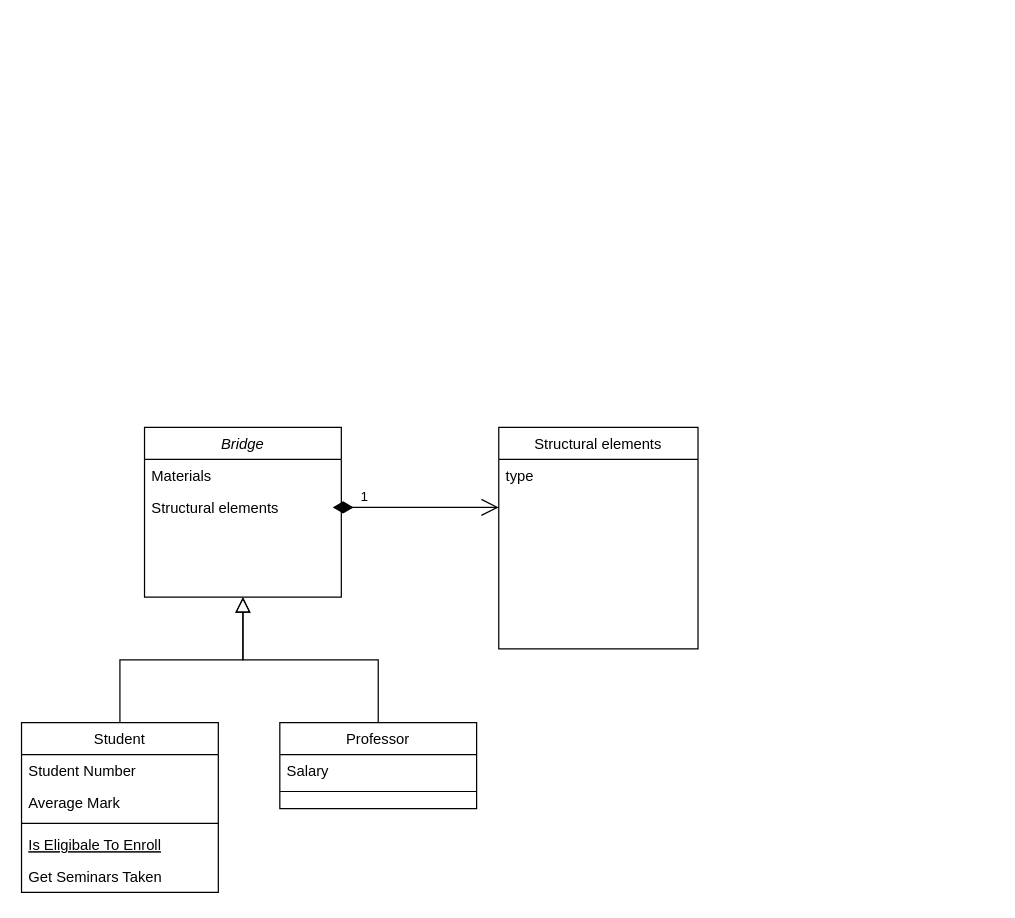
This is Untitled Diagram.drawio from yuanpenc/uml-bridge, a draw.io file, before an edit. Source tidied: cells renumbered, new cells numbered last; positions are measured from the earlier drawing's top-left corner, leaving out a move shared by most shapes. Both pictures are drawn from the tidied source at 123%, with x=0, y=0 at pixel (21, 427).
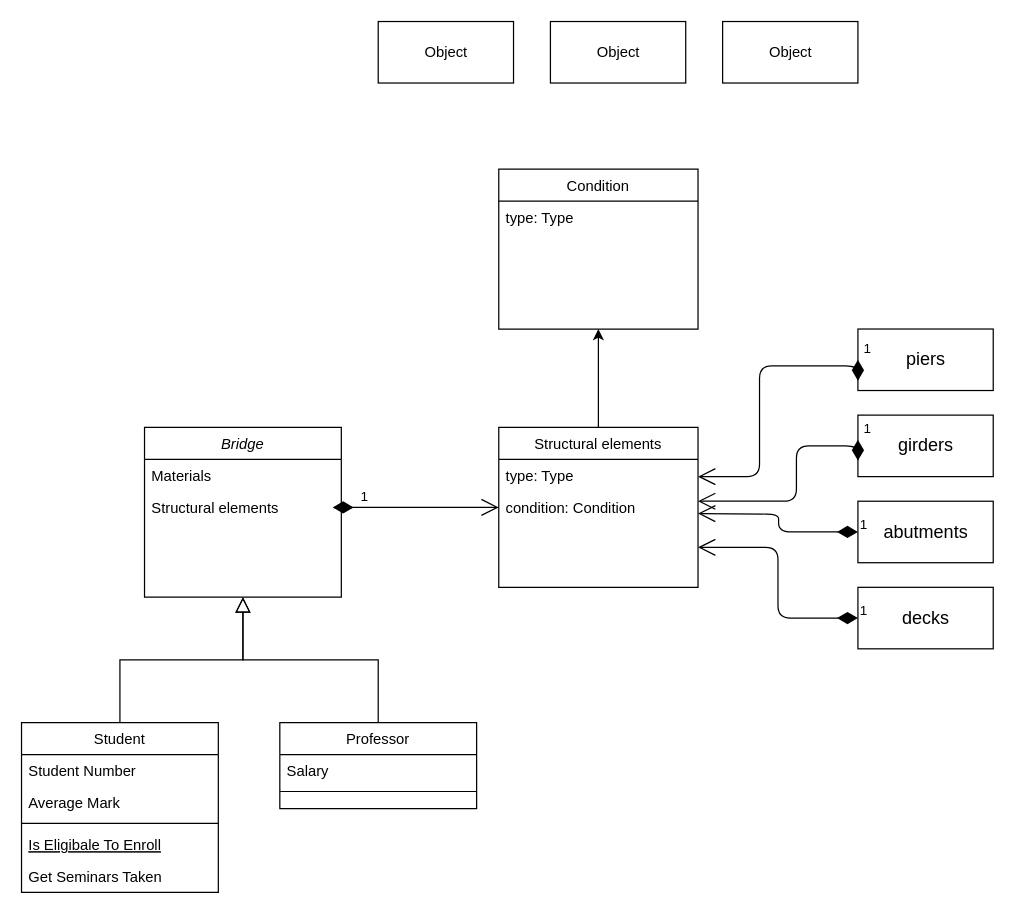
The same diagram, later.

Diff of the diagram source:
```diff
@@
+    <mxCell id="19" style="edgeStyle=orthogonalEdgeStyle;rounded=0;jettySize=auto;html=1;" parent="1" edge="1" source="16" target="21">
+      <mxGeometry relative="1" as="geometry" />
+    </mxCell>
     <mxCell id="16" value="Structural elements" style="swimlane;fontStyle=0;align=center;verticalAlign=top;horizontal=1;startSize=26;rounded=0;shadow=0;strokeWidth=1;" parent="1" vertex="1">
-      <mxGeometry x="388" width="162" height="180" as="geometry" />
+      <mxGeometry x="388" width="162" height="130" as="geometry" />
     </mxCell>
-    <mxCell id="17" value="type" style="text;align=left;verticalAlign=top;spacingLeft=4;spacingRight=4;overflow=hidden;" parent="16" vertex="1">
+    <mxCell id="17" value="type: Type" style="text;align=left;verticalAlign=top;spacingLeft=4;spacingRight=4;overflow=hidden;" parent="16" vertex="1">
       <mxGeometry y="26" width="162" height="26" as="geometry" />
     </mxCell>
+    <mxCell id="20" value="condition: Condition" style="text;align=left;verticalAlign=top;spacingLeft=4;spacingRight=4;overflow=hidden;" parent="16" vertex="1">
+      <mxGeometry y="52" width="162" height="26" as="geometry" />
+    </mxCell>
+    <mxCell id="21" value="Condition" style="swimlane;fontStyle=0;align=center;verticalAlign=top;horizontal=1;startSize=26;rounded=0;shadow=0;strokeWidth=1;" parent="1" vertex="1">
+      <mxGeometry x="388" y="-210" width="162" height="130" as="geometry" />
+    </mxCell>
+    <mxCell id="22" value="type: Type" style="text;align=left;verticalAlign=top;spacingLeft=4;spacingRight=4;overflow=hidden;" parent="21" vertex="1">
+      <mxGeometry y="26" width="162" height="26" as="geometry" />
+    </mxCell>
@@
+    <mxCell id="23" value="&lt;div class=&quot;page&quot; title=&quot;Page 1&quot; style=&quot;white-space: normal&quot;&gt;&lt;div class=&quot;layoutArea&quot;&gt;&lt;div class=&quot;column&quot;&gt;&lt;p&gt;&lt;span style=&quot;font-size: 11pt&quot;&gt;girders&lt;/span&gt;&lt;/p&gt;&lt;/div&gt;&lt;/div&gt;&lt;/div&gt;" style="html=1;" parent="1" vertex="1">
+      <mxGeometry x="680" y="-10" width="110" height="50" as="geometry" />
+    </mxCell>
+    <mxCell id="24" value="&lt;div class=&quot;page&quot; title=&quot;Page 1&quot; style=&quot;white-space: normal&quot;&gt;&lt;div class=&quot;layoutArea&quot;&gt;&lt;div class=&quot;column&quot;&gt;&lt;p&gt;&lt;span style=&quot;font-size: 11pt&quot;&gt;abutments&lt;/span&gt;&lt;/p&gt;&lt;/div&gt;&lt;/div&gt;&lt;/div&gt;" style="html=1;" parent="1" vertex="1">
+      <mxGeometry x="680" y="60" width="110" height="50" as="geometry" />
+    </mxCell>
+    <mxCell id="25" value="&lt;div class=&quot;page&quot; title=&quot;Page 1&quot; style=&quot;white-space: normal&quot;&gt;&lt;div class=&quot;layoutArea&quot;&gt;&lt;div class=&quot;column&quot;&gt;&lt;div class=&quot;page&quot; title=&quot;Page 1&quot;&gt;&lt;div class=&quot;layoutArea&quot;&gt;&lt;div class=&quot;column&quot;&gt;&lt;p&gt;&lt;span style=&quot;font-size: 11pt&quot;&gt;decks&lt;/span&gt;&lt;/p&gt;&lt;/div&gt;&lt;/div&gt;&lt;/div&gt;&lt;/div&gt;&lt;/div&gt;&lt;/div&gt;" style="html=1;" parent="1" vertex="1">
+      <mxGeometry x="680" y="130" width="110" height="50" as="geometry" />
+    </mxCell>
+    <mxCell id="26" value="&lt;div class=&quot;page&quot; title=&quot;Page 1&quot; style=&quot;white-space: normal&quot;&gt;&lt;div class=&quot;layoutArea&quot;&gt;&lt;div class=&quot;column&quot;&gt;&lt;p&gt;&lt;span style=&quot;font-size: 11pt&quot;&gt;piers&lt;/span&gt;&lt;/p&gt;&lt;/div&gt;&lt;/div&gt;&lt;/div&gt;" style="html=1;" parent="1" vertex="1">
+      <mxGeometry x="680" y="-80" width="110" height="50" as="geometry" />
+    </mxCell>
+    <mxCell id="27" value="1" style="endArrow=open;html=1;endSize=12;startArrow=diamondThin;startSize=14;startFill=1;edgeStyle=orthogonalEdgeStyle;align=left;verticalAlign=bottom;exitX=0;exitY=0.5;exitDx=0;exitDy=0;" parent="1" edge="1" source="26">
+      <mxGeometry x="-1" y="3" relative="1" as="geometry">
+        <mxPoint x="550" y="40" as="targetPoint" />
+        <Array as="points">
+          <mxPoint x="680" y="-50" />
+          <mxPoint x="600" y="-50" />
+          <mxPoint x="600" y="40" />
+          <mxPoint x="550" y="40" />
+        </Array>
+      </mxGeometry>
+    </mxCell>
+    <mxCell id="28" value="1" style="endArrow=open;html=1;endSize=12;startArrow=diamondThin;startSize=14;startFill=1;edgeStyle=orthogonalEdgeStyle;align=left;verticalAlign=bottom;exitX=0;exitY=0.5;exitDx=0;exitDy=0;" parent="1" edge="1">
+      <mxGeometry x="-1" y="3" relative="1" as="geometry">
+        <mxPoint x="680" y="10" as="sourcePoint" />
+        <mxPoint x="550" y="60" as="targetPoint" />
+        <Array as="points">
+          <mxPoint x="680" y="15" />
+          <mxPoint x="630" y="15" />
+          <mxPoint x="630" y="60" />
+        </Array>
+      </mxGeometry>
+    </mxCell>
+    <mxCell id="29" value="1" style="endArrow=open;html=1;endSize=12;startArrow=diamondThin;startSize=14;startFill=1;edgeStyle=orthogonalEdgeStyle;align=left;verticalAlign=bottom;exitX=0;exitY=0.5;exitDx=0;exitDy=0;" parent="1" edge="1" source="24">
+      <mxGeometry x="-1" y="3" relative="1" as="geometry">
+        <mxPoint x="550" y="70" as="targetPoint" />
+      </mxGeometry>
+    </mxCell>
+    <mxCell id="30" value="1" style="endArrow=open;html=1;endSize=12;startArrow=diamondThin;startSize=14;startFill=1;edgeStyle=orthogonalEdgeStyle;align=left;verticalAlign=bottom;exitX=0;exitY=0.5;exitDx=0;exitDy=0;entryX=1;entryY=0.75;entryDx=0;entryDy=0;" parent="1" edge="1" source="25" target="16">
+      <mxGeometry x="-1" y="3" relative="1" as="geometry" />
+    </mxCell>
+    <mxCell id="31" value="Object" style="html=1;" parent="1" vertex="1">
+      <mxGeometry x="290" y="-330" width="110" height="50" as="geometry" />
+    </mxCell>
+    <mxCell id="32" value="Object" style="html=1;" parent="1" vertex="1">
+      <mxGeometry x="430" y="-330" width="110" height="50" as="geometry" />
+    </mxCell>
+    <mxCell id="33" value="Object" style="html=1;" parent="1" vertex="1">
+      <mxGeometry x="570" y="-330" width="110" height="50" as="geometry" />
+    </mxCell>
```
